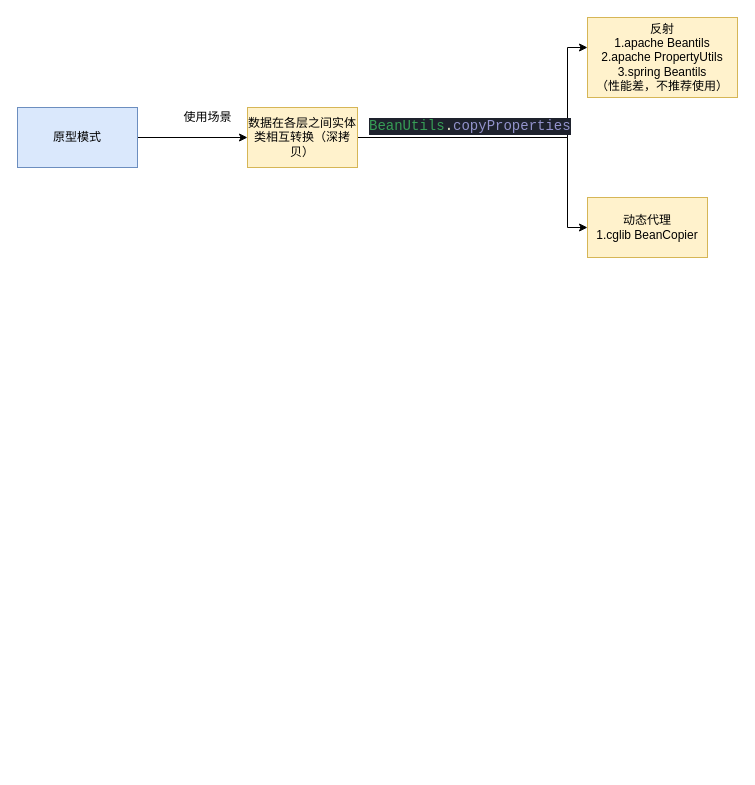
Before: 设计模式.drawio in sunshuwei520/weishao, a draw.io diagram. Source tidied: cells renumbered, new cells numbered last; positions are measured from the earlier drawing's top-left corner, leaving out a move shared by most shapes. Both pictures are drawn from the tidied source at 100%, with x=0, y=0 at pixel (17, 17).
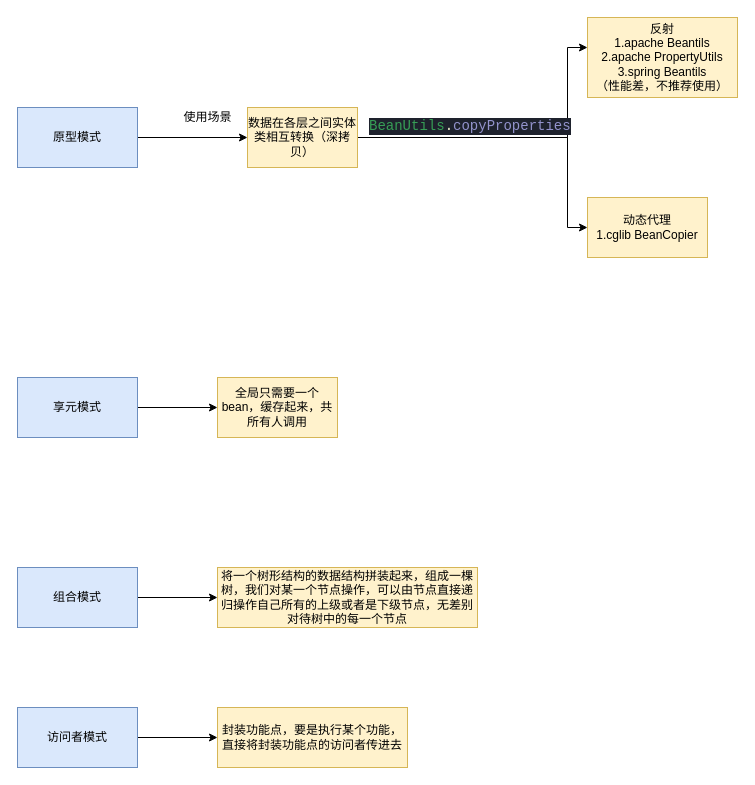
Above is the later version.

The edit, as a diff of the source:
```diff
@@
-    <mxCell id="10" value="&lt;pre style=&quot;background-color: #1e222d ; color: #e2e2e2 ; font-family: &amp;quot;consolas&amp;quot; , monospace ; font-size: 10.5pt&quot;&gt;&lt;span style=&quot;color: #379e56&quot;&gt;BeanUtils&lt;/span&gt;&lt;span style=&quot;color: #f0efd0&quot;&gt;.&lt;/span&gt;&lt;span style=&quot;color: #9393cc&quot;&gt;copyProperties&lt;/span&gt;&lt;/pre&gt;" style="text;whiteSpace=wrap;html=1;" parent="1" vertex="1">
+    <mxCell id="10" value="&lt;pre style=&quot;background-color: #1e222d ; color: #e2e2e2 ; font-family: &amp;#34;consolas&amp;#34; , monospace ; font-size: 10.5pt&quot;&gt;&lt;span style=&quot;color: rgb(55 , 158 , 86)&quot;&gt;BeanUtils&lt;/span&gt;&lt;span style=&quot;color: rgb(240 , 239 , 208)&quot;&gt;.&lt;/span&gt;&lt;span style=&quot;color: rgb(147 , 147 , 204)&quot;&gt;copyProperties&lt;/span&gt;&lt;/pre&gt;" style="text;whiteSpace=wrap;html=1;" parent="1" vertex="1">
       <mxGeometry x="350" y="80" width="210" height="60" as="geometry" />
     </mxCell>
+    <mxCell id="11" style="edgeStyle=orthogonalEdgeStyle;rounded=0;jettySize=auto;html=1;" parent="1" edge="1" source="12" target="13">
+      <mxGeometry relative="1" as="geometry" />
+    </mxCell>
+    <mxCell id="12" value="享元模式" style="rounded=0;whiteSpace=wrap;html=1;fillColor=#dae8fc;strokeColor=#6c8ebf;" parent="1" vertex="1">
+      <mxGeometry y="360" width="120" height="60" as="geometry" />
+    </mxCell>
+    <mxCell id="13" value="全局只需要一个bean，缓存起来，共所有人调用" style="whiteSpace=wrap;html=1;rounded=0;strokeColor=#d6b656;fillColor=#fff2cc;" parent="1" vertex="1">
+      <mxGeometry x="200" y="360" width="120" height="60" as="geometry" />
+    </mxCell>
+    <mxCell id="14" style="edgeStyle=orthogonalEdgeStyle;rounded=0;jettySize=auto;html=1;" parent="1" edge="1" source="15" target="16">
+      <mxGeometry relative="1" as="geometry" />
+    </mxCell>
+    <mxCell id="15" value="组合模式" style="rounded=0;whiteSpace=wrap;html=1;fillColor=#dae8fc;strokeColor=#6c8ebf;" parent="1" vertex="1">
+      <mxGeometry y="550" width="120" height="60" as="geometry" />
+    </mxCell>
+    <mxCell id="16" value="将一个树形结构的数据结构拼装起来，组成一棵树，我们对某一个节点操作，可以由节点直接递归操作自己所有的上级或者是下级节点，无差别对待树中的每一个节点" style="whiteSpace=wrap;html=1;rounded=0;strokeColor=#d6b656;fillColor=#fff2cc;" parent="1" vertex="1">
+      <mxGeometry x="200" y="550" width="260" height="60" as="geometry" />
+    </mxCell>
+    <mxCell id="17" style="edgeStyle=orthogonalEdgeStyle;rounded=0;jettySize=auto;html=1;" parent="1" edge="1" source="18" target="19">
+      <mxGeometry relative="1" as="geometry" />
+    </mxCell>
+    <mxCell id="18" value="访问者模式" style="rounded=0;whiteSpace=wrap;html=1;fillColor=#dae8fc;strokeColor=#6c8ebf;" parent="1" vertex="1">
+      <mxGeometry y="690" width="120" height="60" as="geometry" />
+    </mxCell>
+    <mxCell id="19" value="封装功能点，要是执行某个功能，直接将封装功能点的访问者传进去" style="whiteSpace=wrap;html=1;rounded=0;strokeColor=#d6b656;fillColor=#fff2cc;" parent="1" vertex="1">
+      <mxGeometry x="200" y="690" width="190" height="60" as="geometry" />
+    </mxCell>
```
